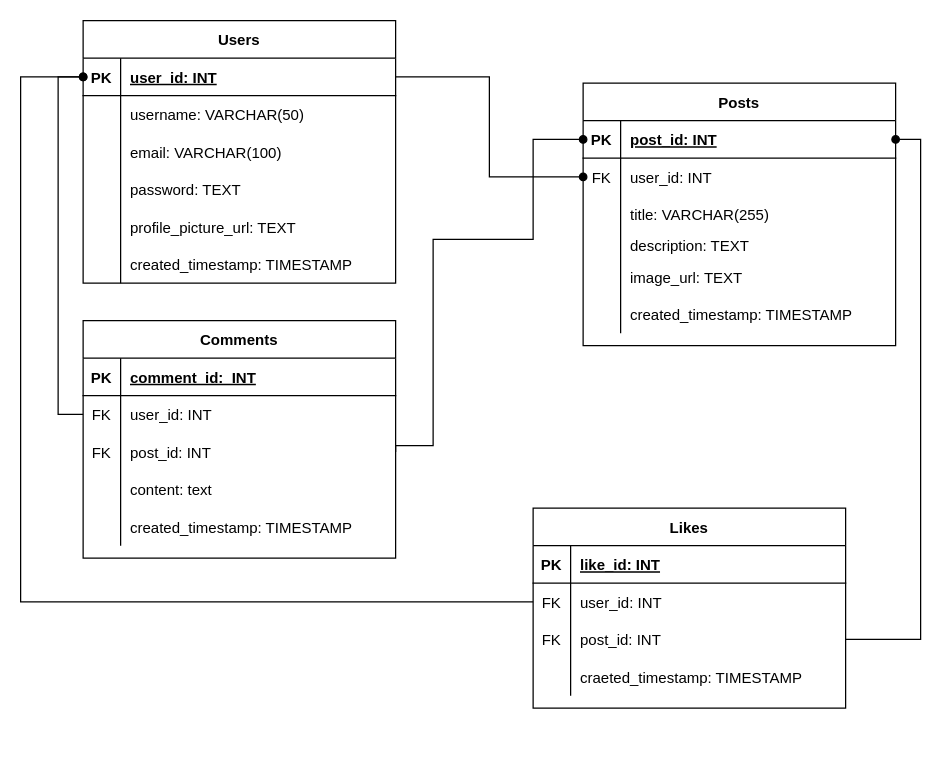
Earlier version of the draw.io diagram Module8/Lab Exercise 1/Blogging Application Physical Model.drawio (GNA-Gavin/IOD-2025-software-certificate). Source tidied: cells renumbered, new cells numbered last; positions are measured from the earlier drawing's top-left corner, leaving out a move shared by most shapes. Both pictures are drawn from the tidied source at 125%, with x=0, y=0 at pixel (20, 20).
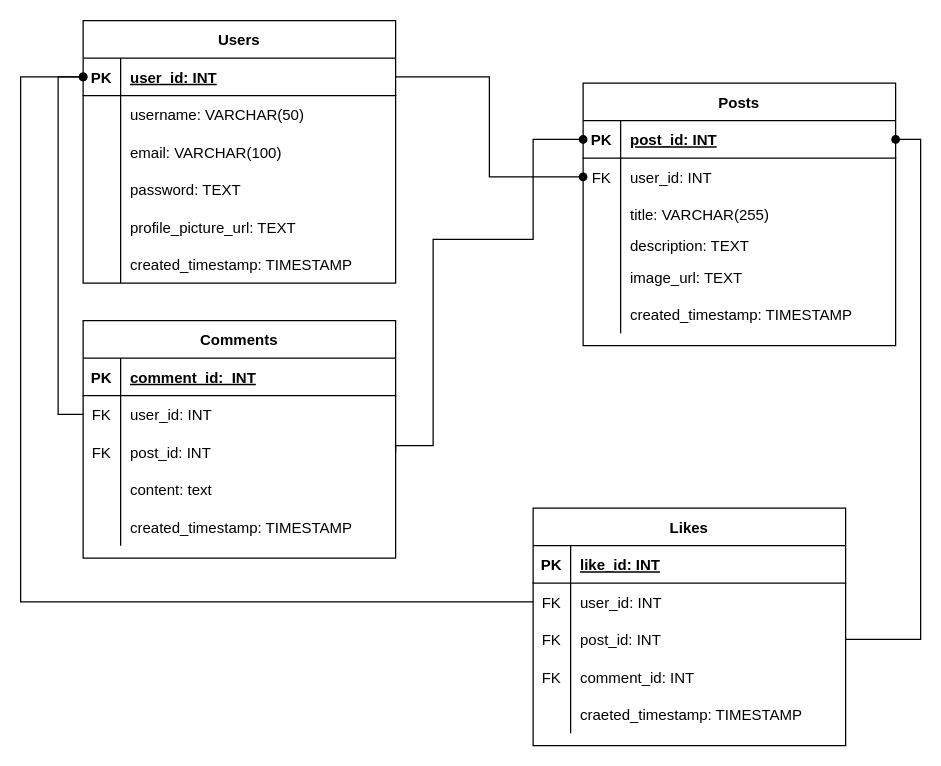
After the change.

Change to the diagram source:
```diff
@@
     <mxCell id="56" value="Likes" style="shape=table;startSize=30;childLayout=tableLayout;rowLines=0;fontStyle=1;align=center;" parent="1" vertex="1">
-      <mxGeometry x="410" y="390" width="250" height="160" as="geometry" />
+      <mxGeometry x="410" y="390" width="250" height="190" as="geometry" />
     </mxCell>
@@
+    <mxCell id="75" style="shape=partialRectangle;fillColor=none;top=0;left=0;right=0;bottom=0;" parent="56" vertex="1">
+      <mxGeometry y="120" width="250" height="30" as="geometry" />
+    </mxCell>
+    <mxCell id="76" value="FK" style="shape=partialRectangle;overflow=hidden;fillColor=none;top=0;left=0;bottom=0;right=0;" parent="75" vertex="1">
+      <mxGeometry width="30" height="30" as="geometry" />
+    </mxCell>
+    <mxCell id="77" value="comment_id: INT" style="shape=partialRectangle;overflow=hidden;fillColor=none;top=0;left=0;bottom=0;right=0;align=left;spacingLeft=6;" parent="75" vertex="1">
+      <mxGeometry x="30" width="220" height="30" as="geometry" />
+    </mxCell>
     <mxCell id="66" style="shape=partialRectangle;fillColor=none;top=0;left=0;right=0;bottom=0;" parent="56" vertex="1">
-      <mxGeometry y="120" width="250" height="30" as="geometry" />
+      <mxGeometry y="150" width="250" height="30" as="geometry" />
     </mxCell>
```
